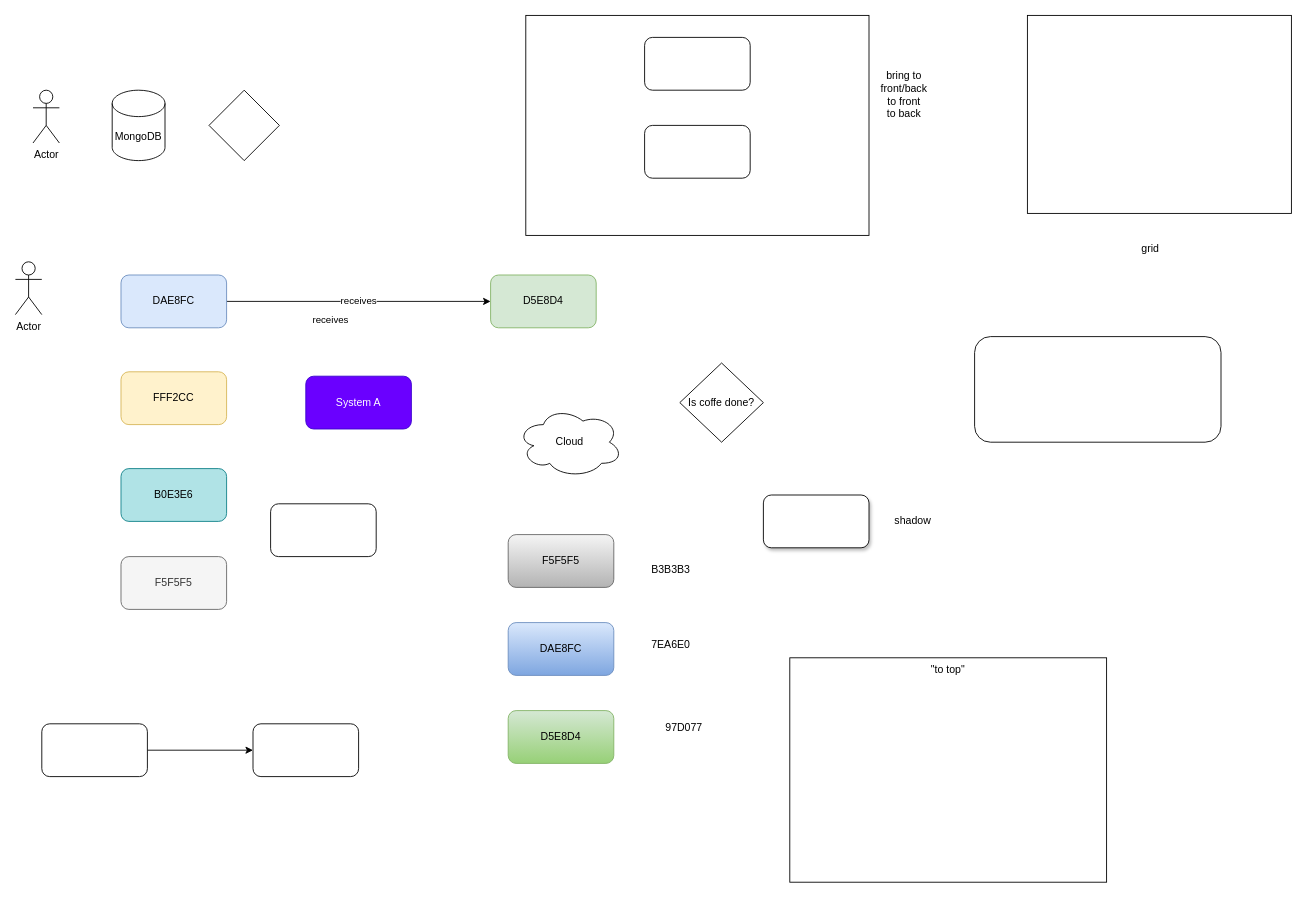
Before: page "Page-1" (1 of 2) of drawing_new_features.drawio in robertoestlin/noted, a draw.io diagram. Source tidied: cells renumbered, new cells numbered last; positions are measured from the earlier drawing's top-left corner, leaving out a move shared by most shapes. Both pictures are drawn from the tidied source at 88%, with x=0, y=0 at pixel (15, 15).
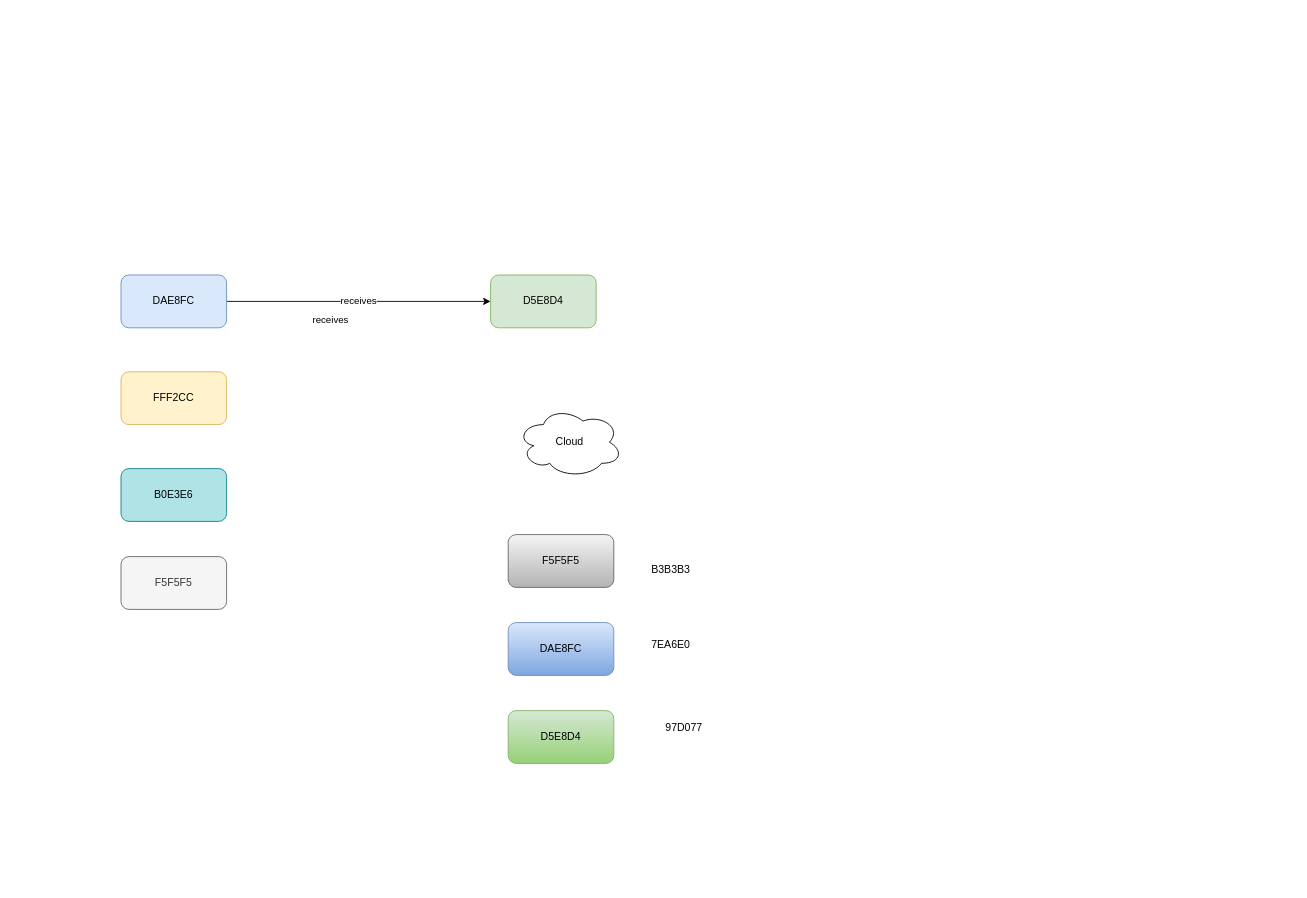
After the change.

Diff of the diagram source:
```diff
@@
-    <mxCell id="2" style="rounded=0;whiteSpace=wrap;html=1;" parent="1" vertex="1">
-      <mxGeometry x="580" width="390" height="250" as="geometry" />
-    </mxCell>
@@
-    <mxCell id="6" style="rhombus;whiteSpace=wrap;html=1;" parent="1" vertex="1">
-      <mxGeometry x="220" y="85" width="80" height="80" as="geometry" />
-    </mxCell>
@@
-    <mxCell id="8" value="Actor" style="shape=umlActor;verticalLabelPosition=bottom;verticalAlign=top;html=1;" parent="1" vertex="1">
-      <mxGeometry x="20" y="85" width="30" height="60" as="geometry" />
-    </mxCell>
-    <mxCell id="9" value="MongoDB" style="shape=cylinder3;whiteSpace=wrap;html=1;boundedLbl=1;backgroundOutline=1;size=15;" parent="1" vertex="1">
-      <mxGeometry x="110" y="85" width="60" height="80" as="geometry" />
-    </mxCell>
@@
-    <mxCell id="16" style="rounded=1;whiteSpace=wrap;html=1;" parent="1" vertex="1">
-      <mxGeometry x="715" y="25" width="120" height="60" as="geometry" />
-    </mxCell>
-    <mxCell id="17" style="rounded=1;whiteSpace=wrap;html=1;" parent="1" vertex="1">
-      <mxGeometry x="715" y="125" width="120" height="60" as="geometry" />
-    </mxCell>
-    <mxCell id="18" style="rounded=1;whiteSpace=wrap;html=1;shadow=1;" parent="1" vertex="1">
-      <mxGeometry x="850" y="545" width="120" height="60" as="geometry" />
-    </mxCell>
-    <mxCell id="19" value="shadow" style="text;html=1;whiteSpace=wrap;strokeColor=none;fillColor=none;align=center;verticalAlign=middle;rounded=0;" parent="1" vertex="1">
-      <mxGeometry x="990" y="560" width="60" height="30" as="geometry" />
-    </mxCell>
-    <mxCell id="20" value="bring to front/back&lt;div&gt;to front&lt;/div&gt;&lt;div&gt;to back&lt;/div&gt;" style="text;html=1;whiteSpace=wrap;strokeColor=none;fillColor=none;align=center;verticalAlign=middle;rounded=0;" parent="1" vertex="1">
-      <mxGeometry x="980" y="75" width="60" height="30" as="geometry" />
-    </mxCell>
-    <mxCell id="21" value="&quot;to top&quot;" style="rounded=0;whiteSpace=wrap;html=1;align=center;verticalAlign=top;" parent="1" vertex="1">
-      <mxGeometry x="880" y="730" width="360" height="255" as="geometry" />
-    </mxCell>
-    <mxCell id="22" value="grid" style="text;html=1;whiteSpace=wrap;strokeColor=none;fillColor=none;align=center;verticalAlign=middle;rounded=0;" parent="1" vertex="1">
-      <mxGeometry x="1260" y="250" width="60" height="30" as="geometry" />
-    </mxCell>
@@
-    <mxCell id="26" style="rounded=1;whiteSpace=wrap;html=1;" parent="1" vertex="1">
-      <mxGeometry x="290" y="555" width="120" height="60" as="geometry" />
-    </mxCell>
-    <mxCell id="27" style="edgeStyle=orthogonalEdgeStyle;rounded=0;jettySize=auto;html=1;exitX=1;exitY=0.5;exitDx=0;exitDy=0;" parent="1" edge="1" source="28" target="29">
-      <mxGeometry relative="1" as="geometry" />
-    </mxCell>
-    <mxCell id="28" style="rounded=1;whiteSpace=wrap;html=1;" parent="1" vertex="1">
-      <mxGeometry x="30" y="805" width="120" height="60" as="geometry" />
-    </mxCell>
-    <mxCell id="29" style="rounded=1;whiteSpace=wrap;html=1;" parent="1" vertex="1">
-      <mxGeometry x="270" y="805" width="120" height="60" as="geometry" />
-    </mxCell>
-    <mxCell id="30" value="Is coffe done?" style="rhombus;whiteSpace=wrap;html=1;arcSize=20;" parent="1" vertex="1">
-      <mxGeometry x="755" y="395" width="95" height="90" as="geometry" />
-    </mxCell>
-    <mxCell id="31" style="rounded=0;whiteSpace=wrap;html=1;" parent="1" vertex="1">
-      <mxGeometry x="1150" width="300" height="225" as="geometry" />
-    </mxCell>
-    <mxCell id="32" style="rounded=1;whiteSpace=wrap;html=1;" parent="1" vertex="1">
-      <mxGeometry x="1090" y="365" width="280" height="120" as="geometry" />
-    </mxCell>
-    <mxCell id="33" value="Actor" style="shape=umlActor;verticalLabelPosition=bottom;verticalAlign=top;html=1;" parent="1" vertex="1">
-      <mxGeometry y="280" width="30" height="60" as="geometry" />
-    </mxCell>
-    <mxCell id="34" value="System A" style="rounded=1;whiteSpace=wrap;html=1;fillColor=#6a00ff;fontColor=#ffffff;strokeColor=#3700CC;" parent="1" vertex="1">
-      <mxGeometry x="330" y="410" width="120" height="60" as="geometry" />
-    </mxCell>
```
